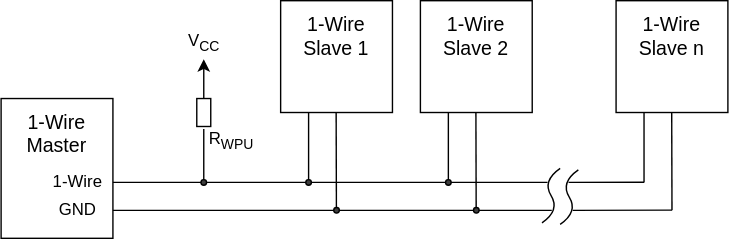
zephyrproject-rtos/zephyr keeps this draw.io diagram as doc/hardware/peripherals/1-Wire_bus_topology.drawio.svg. Above is the earlier version. Source tidied: cells renumbered, new cells last; positions are measured from the earlier drawing's top-left corner, leaving out a move shared by most shapes.
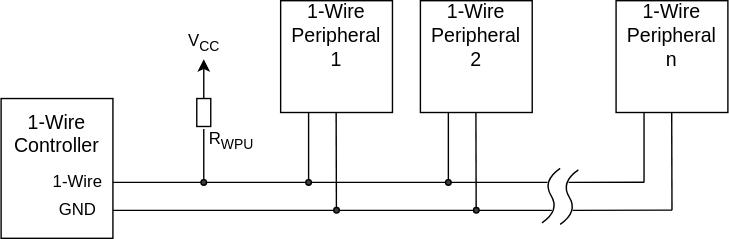
Later version of the same file.

The edit, as a diff of the source:
```diff
@@ -8,13 +8,13 @@
     <mxCell id="3" style="rounded=0;whiteSpace=wrap;html=1;fontSize=12;fillColor=#FFFFFF;" parent="2" vertex="1">
       <mxGeometry width="80" height="80" as="geometry" />
     </mxCell>
-    <mxCell id="4" value="1-Wire&lt;br style=&quot;font-size: 14px&quot;&gt;Slave 1" style="text;html=1;strokeColor=none;fillColor=none;align=center;verticalAlign=middle;whiteSpace=wrap;rounded=0;fontSize=14;" parent="2" vertex="1">
+    <mxCell id="4" value="1-Wire&lt;br style=&quot;font-size: 14px&quot;&gt;Peripheral 1" style="text;html=1;strokeColor=none;fillColor=none;align=center;verticalAlign=middle;whiteSpace=wrap;rounded=0;fontSize=14;" parent="2" vertex="1">
       <mxGeometry x="10" y="10" width="60" height="30" as="geometry" />
     </mxCell>
     <mxCell id="5" style="rounded=0;whiteSpace=wrap;html=1;fontSize=12;fillColor=#FFFFFF;" parent="1" vertex="1">
       <mxGeometry y="70" width="80" height="100" as="geometry" />
     </mxCell>
-    <mxCell id="6" value="1-Wire&lt;br style=&quot;font-size: 14px&quot;&gt;Master" style="text;html=1;strokeColor=none;fillColor=none;align=center;verticalAlign=middle;whiteSpace=wrap;rounded=0;fontSize=14;" parent="1" vertex="1">
+    <mxCell id="6" value="1-Wire&lt;br style=&quot;font-size: 14px&quot;&gt;Controller" style="text;html=1;strokeColor=none;fillColor=none;align=center;verticalAlign=middle;whiteSpace=wrap;rounded=0;fontSize=14;" parent="1" vertex="1">
       <mxGeometry x="10" y="80" width="60" height="30" as="geometry" />
     </mxCell>
     <mxCell id="7" style="group;fontSize=14;" parent="1" vertex="1">
@@ -23,7 +23,7 @@
     <mxCell id="8" style="whiteSpace=wrap;html=1;" parent="7" vertex="1">
       <mxGeometry width="80" height="80" as="geometry" />
     </mxCell>
-    <mxCell id="9" value="1-Wire&lt;br style=&quot;font-size: 14px&quot;&gt;Slave 2" style="text;html=1;strokeColor=none;fillColor=none;align=center;verticalAlign=middle;whiteSpace=wrap;rounded=0;fontSize=14;" parent="7" vertex="1">
+    <mxCell id="9" value="1-Wire&lt;br style=&quot;font-size: 14px&quot;&gt;Peripheral 2" style="text;html=1;strokeColor=none;fillColor=none;align=center;verticalAlign=middle;whiteSpace=wrap;rounded=0;fontSize=14;" parent="7" vertex="1">
       <mxGeometry x="10" y="10" width="60" height="30" as="geometry" />
     </mxCell>
     <mxCell id="10" style="group;" parent="1" vertex="1">
@@ -32,7 +32,7 @@
     <mxCell id="11" style="whiteSpace=wrap;html=1;" parent="10" vertex="1">
       <mxGeometry width="80" height="80" as="geometry" />
     </mxCell>
-    <mxCell id="12" value="1-Wire&lt;br style=&quot;font-size: 14px&quot;&gt;Slave n" style="text;html=1;strokeColor=none;fillColor=none;align=center;verticalAlign=middle;whiteSpace=wrap;rounded=0;fontSize=14;" parent="10" vertex="1">
+    <mxCell id="12" value="1-Wire&lt;br style=&quot;font-size: 14px&quot;&gt;Peripheral n" style="text;html=1;strokeColor=none;fillColor=none;align=center;verticalAlign=middle;whiteSpace=wrap;rounded=0;fontSize=14;" parent="10" vertex="1">
       <mxGeometry x="10" y="10" width="60" height="30" as="geometry" />
     </mxCell>
     <mxCell id="13" style="endArrow=none;html=1;rounded=0;" parent="1" edge="1">
```
